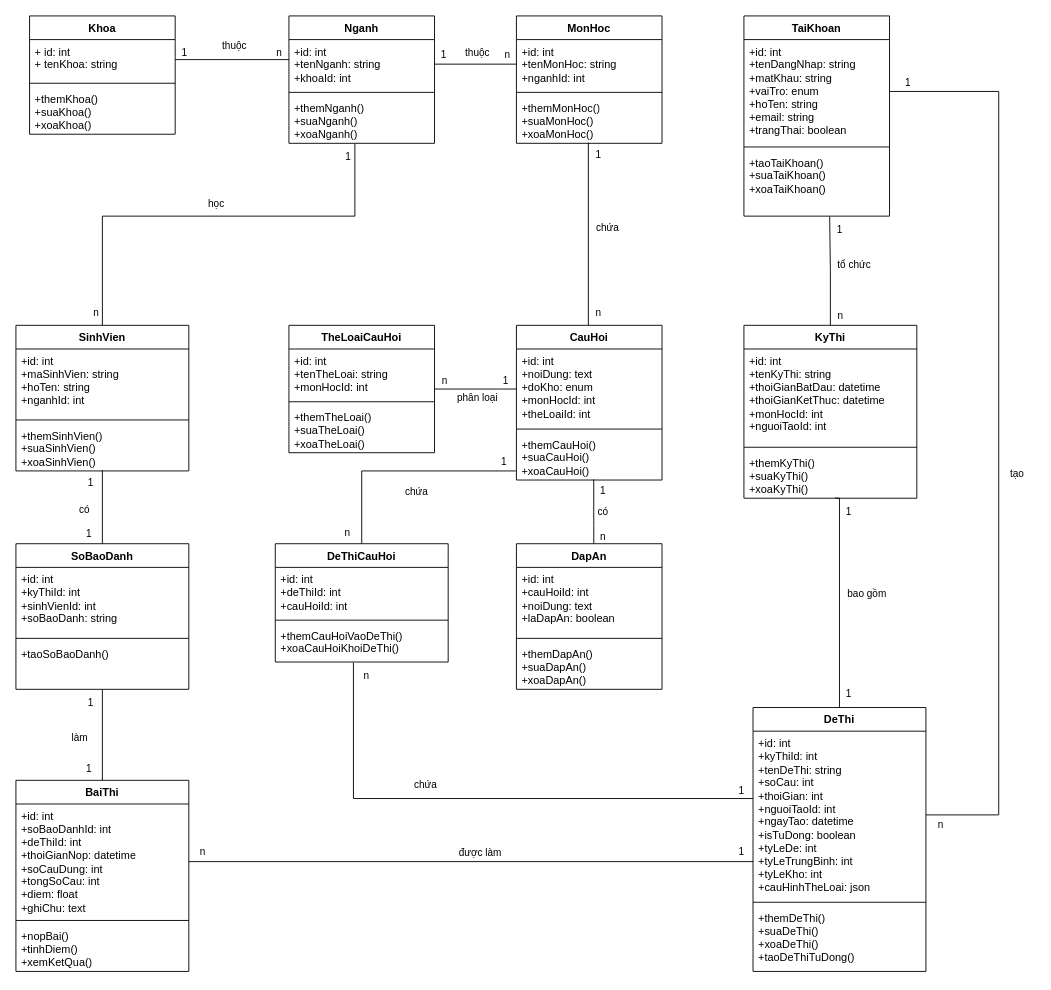
The draw.io diagram Documents/draw/bieu-do-lop-tong-quat.drawio in copecute/do-an-tot-nghiep, before the edit. Source tidied: cells renumbered, new cells numbered last; positions are measured from the earlier drawing's top-left corner, leaving out a move shared by most shapes. Both pictures are drawn from the tidied source at 91%, with x=0, y=0 at pixel (15, 15).
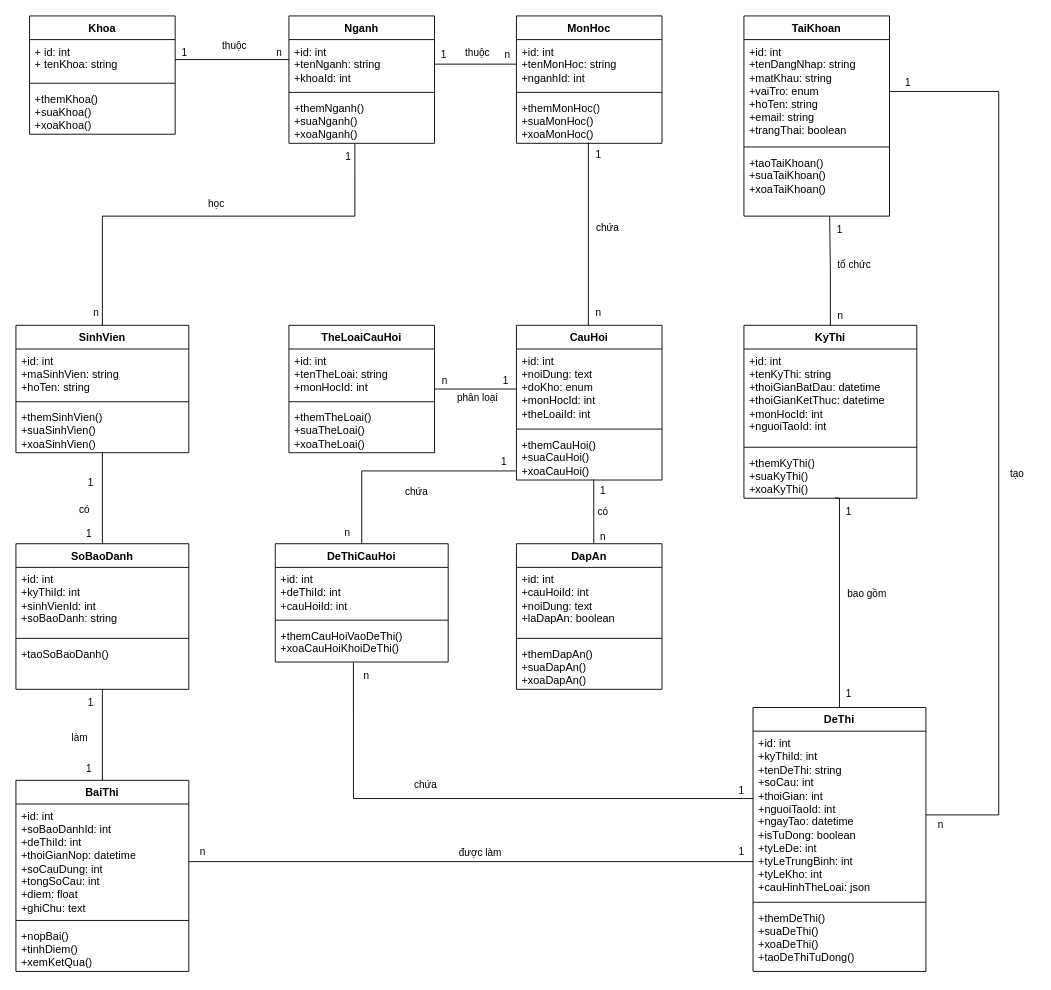
The same page after the edit.

The edit, as a diff of the source:
```diff
@@
     <mxCell id="44" value="SinhVien" style="swimlane;fontStyle=1;align=center;verticalAlign=top;horizontal=1;startSize=26;whiteSpace=wrap;html=1;" parent="1" vertex="1">
-      <mxGeometry y="340" width="190" height="160" as="geometry" />
+      <mxGeometry y="340" width="190" height="140" as="geometry" />
     </mxCell>
-    <mxCell id="45" value="&lt;div&gt;+id: int&lt;/div&gt;&lt;div&gt;+maSinhVien: string&lt;/div&gt;&lt;div&gt;+hoTen: string&lt;/div&gt;&lt;div&gt;+nganhId: int&lt;/div&gt;" style="text;strokeColor=none;fillColor=none;align=left;verticalAlign=top;spacingLeft=4;spacingRight=4;overflow=hidden;whiteSpace=wrap;html=1;" parent="44" vertex="1">
-      <mxGeometry y="26" width="190" height="74" as="geometry" />
+    <mxCell id="45" value="&lt;div&gt;+id: int&lt;/div&gt;&lt;div&gt;+maSinhVien: string&lt;/div&gt;&lt;div&gt;+hoTen: string&lt;/div&gt;" style="text;strokeColor=none;fillColor=none;align=left;verticalAlign=top;spacingLeft=4;spacingRight=4;overflow=hidden;whiteSpace=wrap;html=1;" parent="44" vertex="1">
+      <mxGeometry y="26" width="190" height="54" as="geometry" />
     </mxCell>
     <mxCell id="46" style="line;strokeWidth=1;fillColor=none;align=left;verticalAlign=middle;spacingTop=-1;spacingLeft=3;spacingRight=3;labelPosition=right;strokeColor=inherit;" parent="44" vertex="1">
-      <mxGeometry y="100" width="190" height="8" as="geometry" />
+      <mxGeometry y="80" width="190" height="8" as="geometry" />
     </mxCell>
     <mxCell id="47" value="&lt;div&gt;+themSinhVien()&lt;/div&gt;&lt;div&gt;+suaSinhVien()&lt;/div&gt;&lt;div&gt;+xoaSinhVien()&lt;/div&gt;" style="text;strokeColor=none;fillColor=none;align=left;verticalAlign=top;spacingLeft=4;spacingRight=4;overflow=hidden;points=[[0,0.5],[1,0.5]];portConstraint=eastwest;whiteSpace=wrap;html=1;" parent="44" vertex="1">
-      <mxGeometry y="108" width="190" height="52" as="geometry" />
+      <mxGeometry y="88" width="190" height="52" as="geometry" />
     </mxCell>
```
